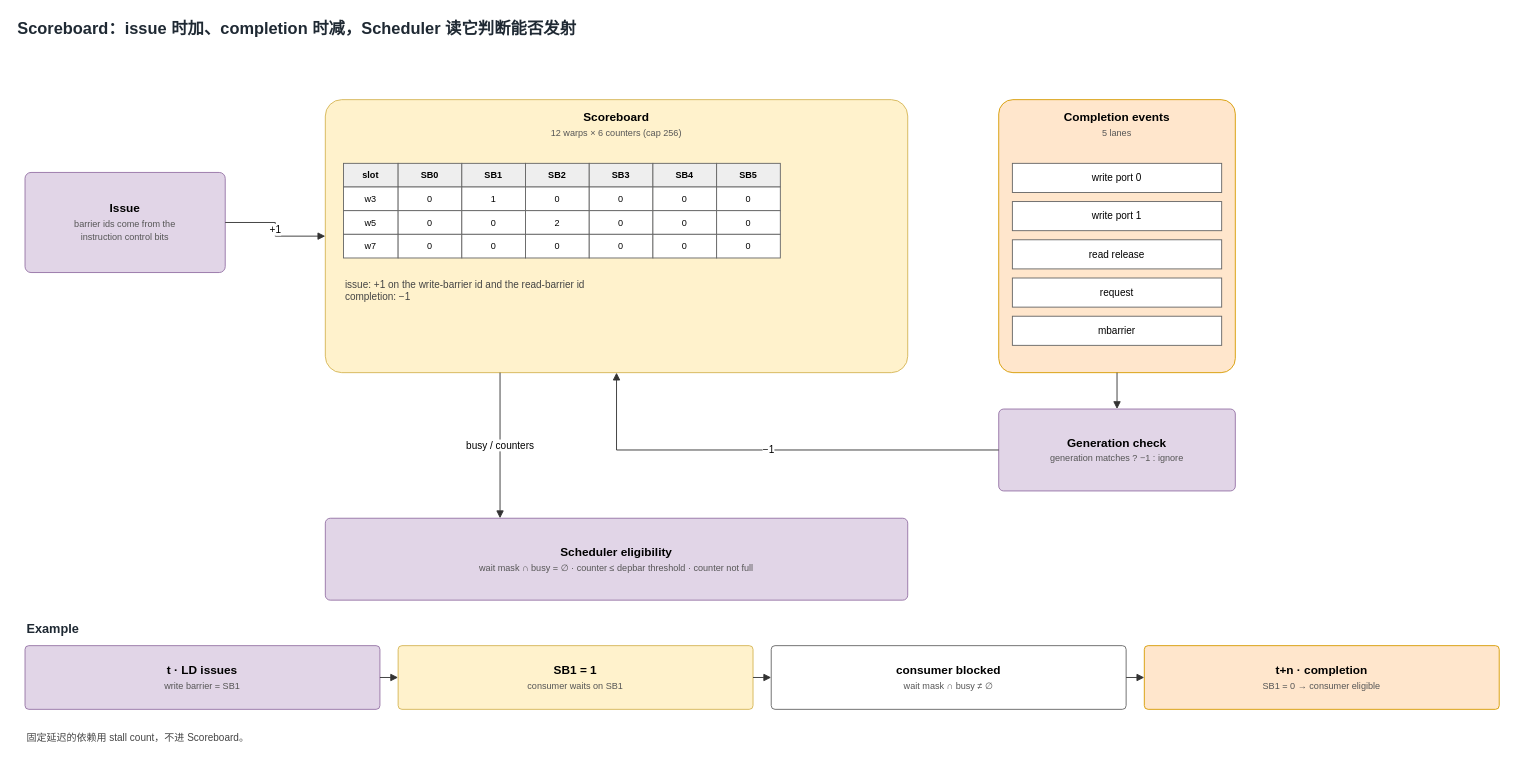
The draw.io diagram projects/currygpu_subcore_ppt169_20261004/sources/06-scoreboard.drawio in WHUDYF/PPT-generate, before the edit. Source tidied: cells renumbered, new cells numbered last; positions are measured from the earlier drawing's top-left corner, leaving out a move shared by most shapes. Both pictures are drawn from the tidied source at 91%, with x=0, y=0 at pixel (15, 15).
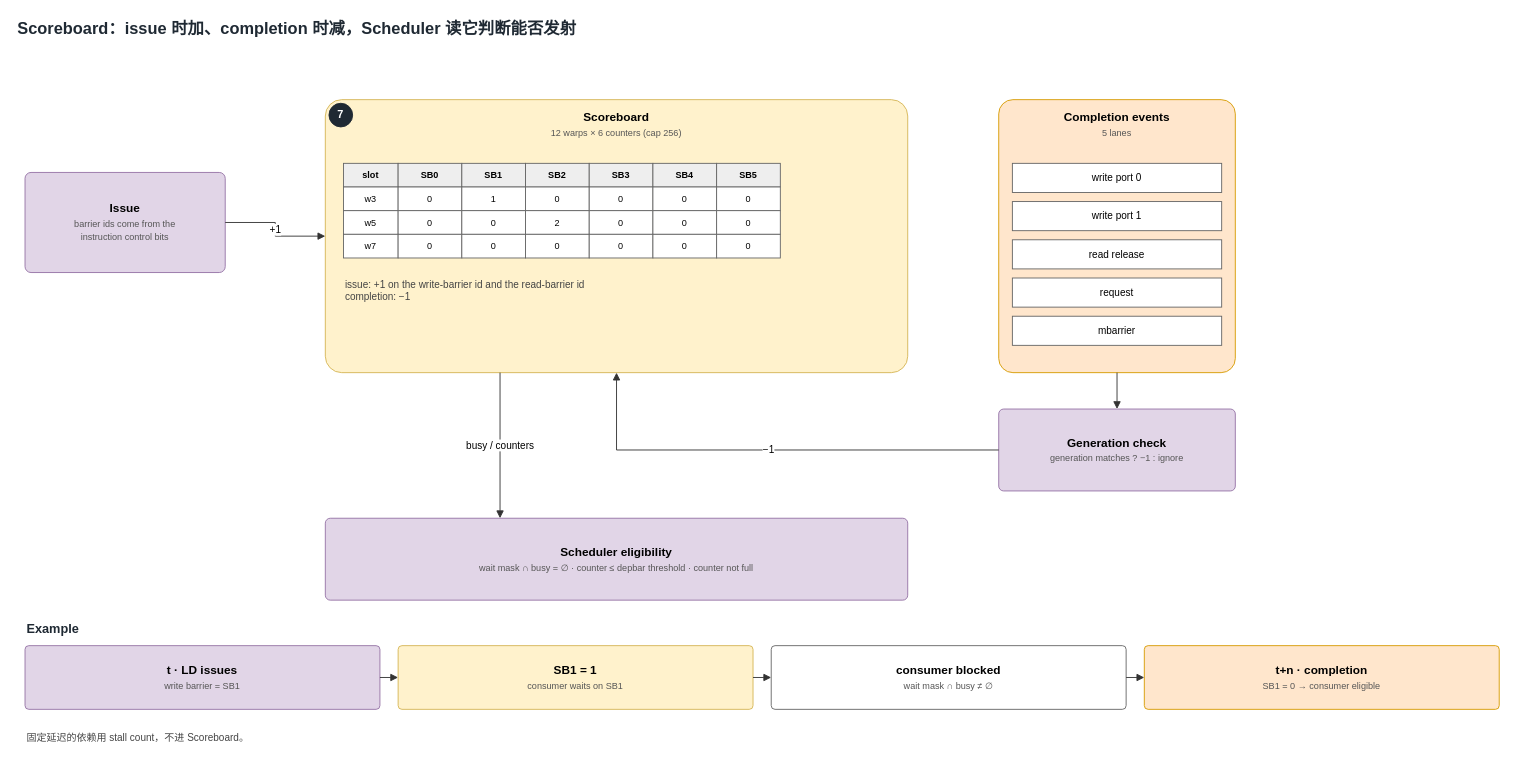
The same diagram, later.

Diff of the diagram source:
```diff
@@
+    <mxCell id="55" value="7" style="ellipse;whiteSpace=wrap;html=1;fillColor=#1F2933;strokeColor=#1F2933;fontColor=#FFFFFF;fontSize=12;fontStyle=1;" parent="1" vertex="1">
+      <mxGeometry x="344" y="96" width="26" height="26" as="geometry" />
+    </mxCell>
```
